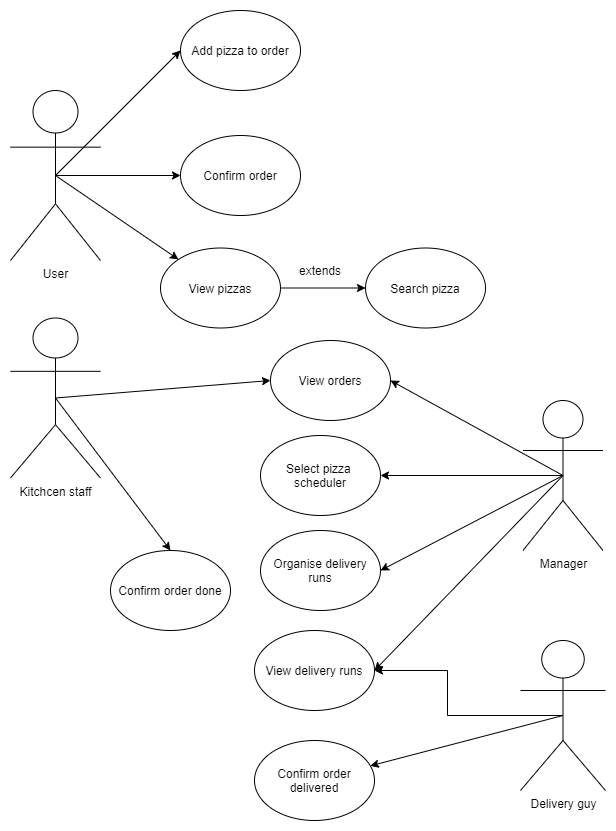
kotn3l/OnlinePizzeria_Labor2 keeps this draw.io diagram as docs/usercase.png. Above is the earlier version. Source tidied: cells renumbered, new cells last; positions are measured from the earlier drawing's top-left corner, leaving out a move shared by most shapes.
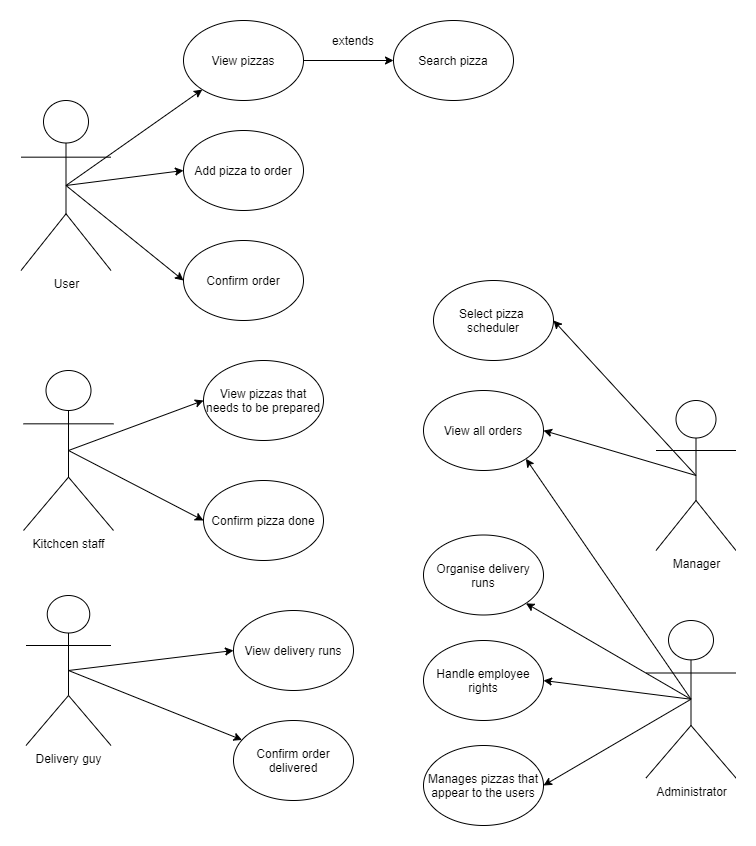
The same diagram one commit later.

Commit message:
docs: Updated usecase diagram

Change to the diagram source:
```diff
@@ -2,53 +2,47 @@
   <root>
     <mxCell id="0" />
     <mxCell id="1" parent="0" />
-    <mxCell id="2" style="edgeStyle=orthogonalEdgeStyle;rounded=0;jettySize=auto;html=1;exitX=0.5;exitY=0.5;exitDx=0;exitDy=0;exitPerimeter=0;" parent="1" edge="1" source="3" target="4">
-      <mxGeometry relative="1" as="geometry" />
-    </mxCell>
     <mxCell id="3" value="&lt;div&gt;User&lt;/div&gt;&lt;div&gt;&lt;br&gt;&lt;/div&gt;" style="shape=umlActor;verticalLabelPosition=bottom;labelBackgroundColor=#ffffff;verticalAlign=top;html=1;outlineConnect=0;" parent="1" vertex="1">
-      <mxGeometry y="80" width="90" height="170" as="geometry" />
+      <mxGeometry x="-122.5" y="90" width="90" height="170" as="geometry" />
     </mxCell>
     <mxCell id="4" value="Confirm order" style="ellipse;whiteSpace=wrap;html=1;" parent="1" vertex="1">
-      <mxGeometry x="170" y="125" width="120" height="80" as="geometry" />
+      <mxGeometry x="40" y="230" width="120" height="80" as="geometry" />
     </mxCell>
     <mxCell id="5" value="Search pizza" style="ellipse;whiteSpace=wrap;html=1;" parent="1" vertex="1">
-      <mxGeometry x="355" y="237.5" width="120" height="80" as="geometry" />
+      <mxGeometry x="250" y="10" width="120" height="80" as="geometry" />
     </mxCell>
     <mxCell id="6" style="endArrow=classic;html=1;exitX=0.5;exitY=0.5;exitDx=0;exitDy=0;exitPerimeter=0;" parent="1" edge="1" source="3" target="22">
       <mxGeometry relative="1" as="geometry" />
     </mxCell>
     <mxCell id="7" value="&lt;div&gt;Kitchcen staff&lt;/div&gt;" style="shape=umlActor;verticalLabelPosition=bottom;labelBackgroundColor=#ffffff;verticalAlign=top;html=1;outlineConnect=0;" parent="1" vertex="1">
-      <mxGeometry y="307.5" width="90" height="160" as="geometry" />
+      <mxGeometry x="-120" y="360" width="90" height="160" as="geometry" />
     </mxCell>
-    <mxCell id="8" style="endArrow=classic;html=1;exitX=0.5;exitY=0.5;exitDx=0;exitDy=0;exitPerimeter=0;entryX=0;entryY=0.5;entryDx=0;entryDy=0;" parent="1" edge="1" source="7" target="9">
+    <mxCell id="8" style="endArrow=classic;html=1;exitX=0.5;exitY=0.5;exitDx=0;exitDy=0;exitPerimeter=0;entryX=0;entryY=0.5;entryDx=0;entryDy=0;" parent="1" edge="1" source="7" target="36">
       <mxGeometry relative="1" as="geometry" />
     </mxCell>
-    <mxCell id="9" value="View orders" style="ellipse;whiteSpace=wrap;html=1;" parent="1" vertex="1">
-      <mxGeometry x="260" y="330" width="120" height="80" as="geometry" />
+    <mxCell id="9" value="View all orders" style="ellipse;whiteSpace=wrap;html=1;" parent="1" vertex="1">
+      <mxGeometry x="280" y="380" width="120" height="80" as="geometry" />
     </mxCell>
     <mxCell id="10" value="Manager" style="shape=umlActor;verticalLabelPosition=bottom;labelBackgroundColor=#ffffff;verticalAlign=top;html=1;outlineConnect=0;" parent="1" vertex="1">
       <mxGeometry x="512.5" y="390" width="80" height="150" as="geometry" />
     </mxCell>
     <mxCell id="11" value="Select pizza &lt;br&gt;&lt;div&gt;scheduler&lt;/div&gt;" style="ellipse;whiteSpace=wrap;html=1;" parent="1" vertex="1">
-      <mxGeometry x="250" y="425" width="120" height="80" as="geometry" />
+      <mxGeometry x="290" y="270" width="120" height="80" as="geometry" />
     </mxCell>
-    <mxCell id="12" style="edgeStyle=orthogonalEdgeStyle;rounded=0;jettySize=auto;html=1;entryX=1;entryY=0.5;entryDx=0;entryDy=0;exitX=0.5;exitY=0.5;exitDx=0;exitDy=0;exitPerimeter=0;" parent="1" edge="1" source="13" target="14">
-      <mxGeometry relative="1" as="geometry" />
-    </mxCell>
     <mxCell id="13" value="&lt;div&gt;Delivery guy&lt;/div&gt;" style="shape=umlActor;verticalLabelPosition=bottom;labelBackgroundColor=#ffffff;verticalAlign=top;html=1;outlineConnect=0;" parent="1" vertex="1">
-      <mxGeometry x="510" y="630" width="85" height="150" as="geometry" />
+      <mxGeometry x="-117.5" y="585" width="85" height="150" as="geometry" />
     </mxCell>
     <mxCell id="14" value="View delivery runs" style="ellipse;whiteSpace=wrap;html=1;" parent="1" vertex="1">
-      <mxGeometry x="244" y="620" width="120" height="80" as="geometry" />
+      <mxGeometry x="90" y="600" width="120" height="80" as="geometry" />
     </mxCell>
     <mxCell id="15" value="Add pizza to order" style="ellipse;whiteSpace=wrap;html=1;" parent="1" vertex="1">
-      <mxGeometry x="170" width="120" height="80" as="geometry" />
+      <mxGeometry x="40" y="120" width="120" height="80" as="geometry" />
     </mxCell>
     <mxCell id="16" style="endArrow=classic;html=1;exitX=0.5;exitY=0.5;exitDx=0;exitDy=0;exitPerimeter=0;entryX=0;entryY=0.5;entryDx=0;entryDy=0;" parent="1" edge="1" source="3" target="15">
       <mxGeometry relative="1" as="geometry" />
     </mxCell>
     <mxCell id="17" value="Organise delivery runs " style="ellipse;whiteSpace=wrap;html=1;" parent="1" vertex="1">
-      <mxGeometry x="250" y="520" width="120" height="80" as="geometry" />
+      <mxGeometry x="280" y="524.5" width="120" height="80" as="geometry" />
     </mxCell>
     <mxCell id="18" style="endArrow=classic;html=1;entryX=1;entryY=0.5;entryDx=0;entryDy=0;exitX=0.5;exitY=0.5;exitDx=0;exitDy=0;exitPerimeter=0;" parent="1" edge="1" source="10" target="9">
       <mxGeometry relative="1" as="geometry" />
@@ -56,32 +50,56 @@
     <mxCell id="19" style="endArrow=classic;html=1;entryX=1;entryY=0.5;entryDx=0;entryDy=0;exitX=0.5;exitY=0.5;exitDx=0;exitDy=0;exitPerimeter=0;" parent="1" edge="1" source="10" target="11">
       <mxGeometry relative="1" as="geometry" />
     </mxCell>
-    <mxCell id="20" style="endArrow=classic;html=1;entryX=1;entryY=0.5;entryDx=0;entryDy=0;exitX=0.5;exitY=0.5;exitDx=0;exitDy=0;exitPerimeter=0;" parent="1" edge="1" source="10" target="17">
-      <mxGeometry relative="1" as="geometry" />
-    </mxCell>
-    <mxCell id="21" style="endArrow=classic;html=1;exitX=0.5;exitY=0.5;exitDx=0;exitDy=0;exitPerimeter=0;entryX=1;entryY=0.5;entryDx=0;entryDy=0;" parent="1" edge="1" source="10" target="14">
-      <mxGeometry relative="1" as="geometry" />
-    </mxCell>
     <mxCell id="22" value="View pizzas" style="ellipse;whiteSpace=wrap;html=1;" parent="1" vertex="1">
-      <mxGeometry x="150" y="237.5" width="120" height="80" as="geometry" />
+      <mxGeometry x="40" y="10" width="120" height="80" as="geometry" />
     </mxCell>
     <mxCell id="23" style="endArrow=classic;html=1;exitX=1;exitY=0.5;exitDx=0;exitDy=0;entryX=0;entryY=0.5;entryDx=0;entryDy=0;" parent="1" edge="1" source="22" target="5">
       <mxGeometry relative="1" as="geometry" />
     </mxCell>
     <mxCell id="24" value="extends" style="text;html=1;strokeColor=none;fillColor=none;align=center;verticalAlign=middle;whiteSpace=wrap;rounded=0;" parent="1" vertex="1">
-      <mxGeometry x="290" y="250" width="40" height="20" as="geometry" />
+      <mxGeometry x="190" y="20" width="40" height="20" as="geometry" />
     </mxCell>
-    <mxCell id="25" value="Confirm order done" style="ellipse;whiteSpace=wrap;html=1;" parent="1" vertex="1">
-      <mxGeometry x="100" y="540" width="120" height="80" as="geometry" />
+    <mxCell id="25" value="Confirm pizza done" style="ellipse;whiteSpace=wrap;html=1;" parent="1" vertex="1">
+      <mxGeometry x="60" y="470" width="120" height="80" as="geometry" />
     </mxCell>
-    <mxCell id="26" style="endArrow=classic;html=1;exitX=0.5;exitY=0.5;exitDx=0;exitDy=0;exitPerimeter=0;entryX=0.5;entryY=0;entryDx=0;entryDy=0;" parent="1" edge="1" source="7" target="25">
+    <mxCell id="26" style="endArrow=classic;html=1;exitX=0.5;exitY=0.5;exitDx=0;exitDy=0;exitPerimeter=0;entryX=0;entryY=0.5;entryDx=0;entryDy=0;" parent="1" edge="1" source="7" target="25">
       <mxGeometry relative="1" as="geometry" />
     </mxCell>
     <mxCell id="27" value="Confirm order delivered" style="ellipse;whiteSpace=wrap;html=1;" parent="1" vertex="1">
-      <mxGeometry x="244" y="730" width="120" height="80" as="geometry" />
+      <mxGeometry x="90" y="710" width="120" height="80" as="geometry" />
     </mxCell>
     <mxCell id="28" style="endArrow=classic;html=1;exitX=0.5;exitY=0.5;exitDx=0;exitDy=0;exitPerimeter=0;" parent="1" edge="1" source="13" target="27">
       <mxGeometry relative="1" as="geometry" />
     </mxCell>
+    <mxCell id="29" value="Administrator" style="shape=umlActor;verticalLabelPosition=bottom;labelBackgroundColor=#ffffff;verticalAlign=top;html=1;outlineConnect=0;" parent="1" vertex="1">
+      <mxGeometry x="502.5" y="610" width="90" height="157.5" as="geometry" />
+    </mxCell>
+    <mxCell id="2" style="endArrow=classic;html=1;exitX=0.5;exitY=0.5;exitDx=0;exitDy=0;exitPerimeter=0;entryX=0;entryY=0.5;entryDx=0;entryDy=0;" parent="1" edge="1" source="3" target="4">
+      <mxGeometry relative="1" as="geometry" />
+    </mxCell>
+    <mxCell id="30" style="endArrow=classic;html=1;exitX=0.5;exitY=0.5;exitDx=0;exitDy=0;exitPerimeter=0;entryX=1;entryY=1;entryDx=0;entryDy=0;" parent="1" edge="1" source="29" target="17">
+      <mxGeometry relative="1" as="geometry" />
+    </mxCell>
+    <mxCell id="31" value="Handle employee rights" style="ellipse;whiteSpace=wrap;html=1;" parent="1" vertex="1">
+      <mxGeometry x="280" y="630" width="120" height="80" as="geometry" />
+    </mxCell>
+    <mxCell id="32" value="Manages pizzas that appear to the users" style="ellipse;whiteSpace=wrap;html=1;" parent="1" vertex="1">
+      <mxGeometry x="280" y="735" width="120" height="80" as="geometry" />
+    </mxCell>
+    <mxCell id="33" style="endArrow=classic;html=1;entryX=1;entryY=0.5;entryDx=0;entryDy=0;exitX=0.5;exitY=0.5;exitDx=0;exitDy=0;exitPerimeter=0;" parent="1" edge="1" source="29" target="31">
+      <mxGeometry relative="1" as="geometry" />
+    </mxCell>
+    <mxCell id="34" style="endArrow=classic;html=1;exitX=0.5;exitY=0.5;exitDx=0;exitDy=0;exitPerimeter=0;entryX=1;entryY=0.5;entryDx=0;entryDy=0;" parent="1" edge="1" source="29" target="32">
+      <mxGeometry relative="1" as="geometry" />
+    </mxCell>
+    <mxCell id="35" style="endArrow=classic;html=1;exitX=0.5;exitY=0.5;exitDx=0;exitDy=0;exitPerimeter=0;entryX=1;entryY=1;entryDx=0;entryDy=0;" parent="1" edge="1" source="29" target="9">
+      <mxGeometry relative="1" as="geometry" />
+    </mxCell>
+    <mxCell id="36" value="View pizzas that needs to be prepared" style="ellipse;whiteSpace=wrap;html=1;" parent="1" vertex="1">
+      <mxGeometry x="60" y="350" width="120" height="80" as="geometry" />
+    </mxCell>
+    <mxCell id="12" style="endArrow=classic;html=1;entryX=0;entryY=0.5;entryDx=0;entryDy=0;exitX=0.5;exitY=0.5;exitDx=0;exitDy=0;exitPerimeter=0;" parent="1" edge="1" source="13" target="14">
+      <mxGeometry relative="1" as="geometry" />
+    </mxCell>
   </root>
 </mxGraphModel>
```
